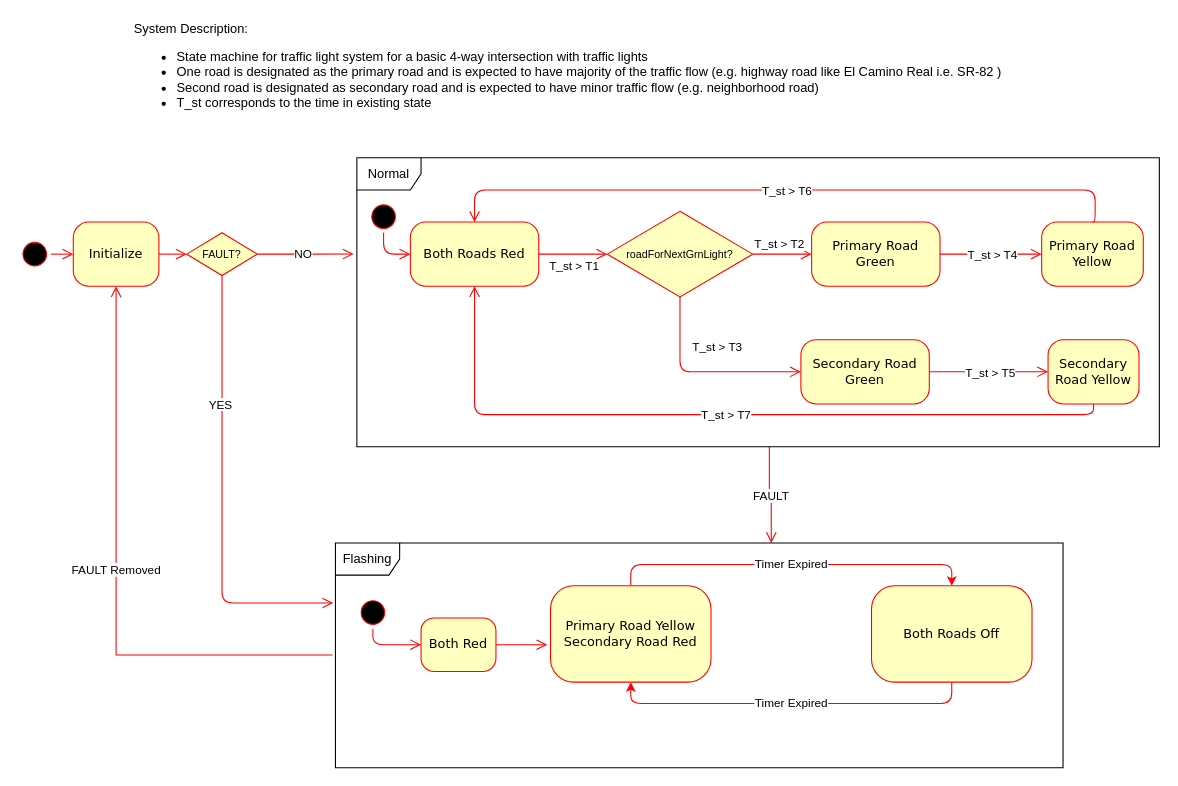
munadirahmed/embedded keeps this draw.io diagram as page "TrafficLight_v2" (3 of 3) of TrafficLight/systemDesign/TrafficLightSystem.drawio. Above is the earlier version. Source tidied: cells renumbered, new cells numbered last; positions are measured from the earlier drawing's top-left corner, leaving out a move shared by most shapes. Both pictures are drawn from the tidied source at 107%, with x=0, y=0 at pixel (18, 18).
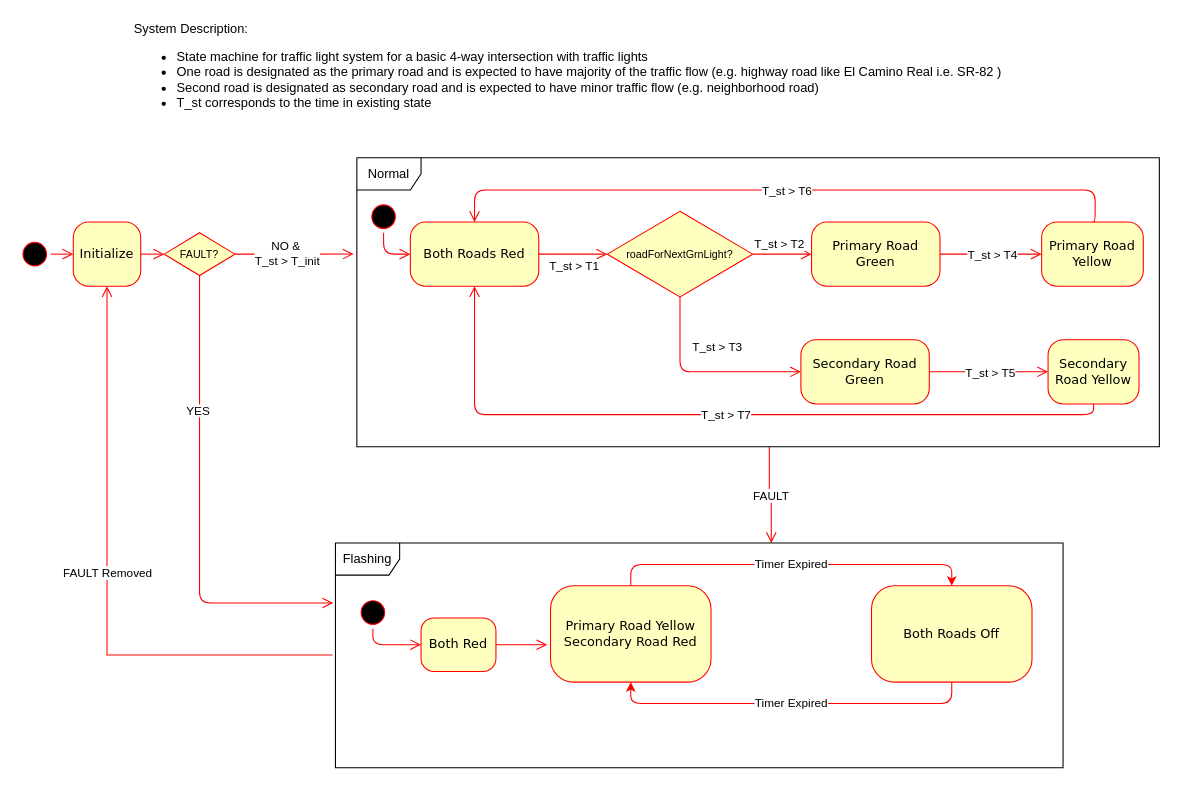
The same diagram, later.

Unchanged cells that the change refers to:
```xml
<mxCell id="6" value="Flashing" style="shape=umlFrame;whiteSpace=wrap;html=1;" parent="1" vertex="1">
  <mxGeometry x="296" y="490" width="680" height="210" as="geometry" />
</mxCell>
<mxCell id="35" value="Normal" style="shape=umlFrame;whiteSpace=wrap;html=1;" parent="1" vertex="1">
  <mxGeometry x="316" y="130" width="750" height="270" as="geometry" />
</mxCell>
```

The edit, as a diff of the source:
```diff
@@
     <mxCell id="16" value="Initialize" style="rounded=1;whiteSpace=wrap;html=1;arcSize=24;fillColor=#ffffc0;strokeColor=#ff0000;shadow=0;comic=0;labelBackgroundColor=none;fontFamily=Verdana;fontSize=12;fontColor=#000000;align=center;" parent="1" vertex="1">
-      <mxGeometry x="51" y="190" width="80" height="60" as="geometry" />
+      <mxGeometry x="51" y="190" width="63" height="60" as="geometry" />
     </mxCell>
-    <mxCell id="17" value="&lt;span style=&quot;font-family: Helvetica; font-size: 11px; text-align: center; background-color: rgb(255, 255, 255);&quot;&gt;NO&lt;/span&gt;" style="edgeStyle=orthogonalEdgeStyle;html=1;exitX=1;exitY=0.5;labelBackgroundColor=none;endArrow=open;endSize=8;strokeColor=#ff0000;fontFamily=Verdana;fontSize=12;align=left;exitDx=0;exitDy=0;entryX=-0.004;entryY=0.333;entryDx=0;entryDy=0;entryPerimeter=0;" parent="1" edge="1" source="41" target="35">
-      <mxGeometry x="-0.27" relative="1" as="geometry">
+    <mxCell id="17" style="edgeStyle=orthogonalEdgeStyle;html=1;exitX=1;exitY=0.5;labelBackgroundColor=none;endArrow=open;endSize=8;strokeColor=#ff0000;fontFamily=Verdana;fontSize=12;align=center;exitDx=0;exitDy=0;entryX=-0.004;entryY=0.333;entryDx=0;entryDy=0;entryPerimeter=0;" parent="1" edge="1" source="41" target="35">
+      <mxGeometry x="-0.1" y="-16" relative="1" as="geometry">
         <Array as="points">
           <mxPoint x="256" y="220" />
           <mxPoint x="256" y="220" />
         </Array>
       </mxGeometry>
     </mxCell>
+    <mxCell id="43" value="NO &amp;amp;&amp;nbsp;&lt;div style=&quot;font-family: Verdana; font-size: 12px; background-color: rgb(251, 251, 251);&quot;&gt;&lt;span style=&quot;font-family: Helvetica; font-size: 11px; background-color: rgb(255, 255, 255);&quot;&gt;T_st &amp;gt; T_init&lt;/span&gt;&lt;/div&gt;" style="edgeLabel;html=1;align=center;verticalAlign=middle;" parent="17" vertex="1">
+      <mxGeometry x="0.46" relative="1" as="geometry">
+        <mxPoint x="-32" as="offset" />
+      </mxGeometry>
+    </mxCell>
@@
     <mxCell id="41" value="&lt;font style=&quot;font-size: 10px;&quot;&gt;FAULT?&lt;/font&gt;" style="rhombus;whiteSpace=wrap;html=1;fontColor=#000000;fillColor=#ffffc0;strokeColor=#ff0000;" parent="1" vertex="1">
-      <mxGeometry x="157" y="200" width="66" height="40" as="geometry" />
+      <mxGeometry x="136" y="200" width="66" height="40" as="geometry" />
     </mxCell>
     <mxCell id="42" value="&lt;span style=&quot;font-family: Helvetica; font-size: 11px; text-align: center; background-color: rgb(255, 255, 255);&quot;&gt;YES&lt;/span&gt;" style="edgeStyle=orthogonalEdgeStyle;html=1;exitX=0.5;exitY=1;labelBackgroundColor=none;endArrow=open;endSize=8;strokeColor=#ff0000;fontFamily=Verdana;fontSize=12;align=left;exitDx=0;exitDy=0;entryX=-0.003;entryY=0.267;entryDx=0;entryDy=0;entryPerimeter=0;" parent="1" edge="1" source="41" target="6">
       <mxGeometry x="-0.41" y="-14" relative="1" as="geometry">
         <Array as="points">
-          <mxPoint x="190" y="546" />
+          <mxPoint x="169" y="546" />
         </Array>
       </mxGeometry>
     </mxCell>
```
